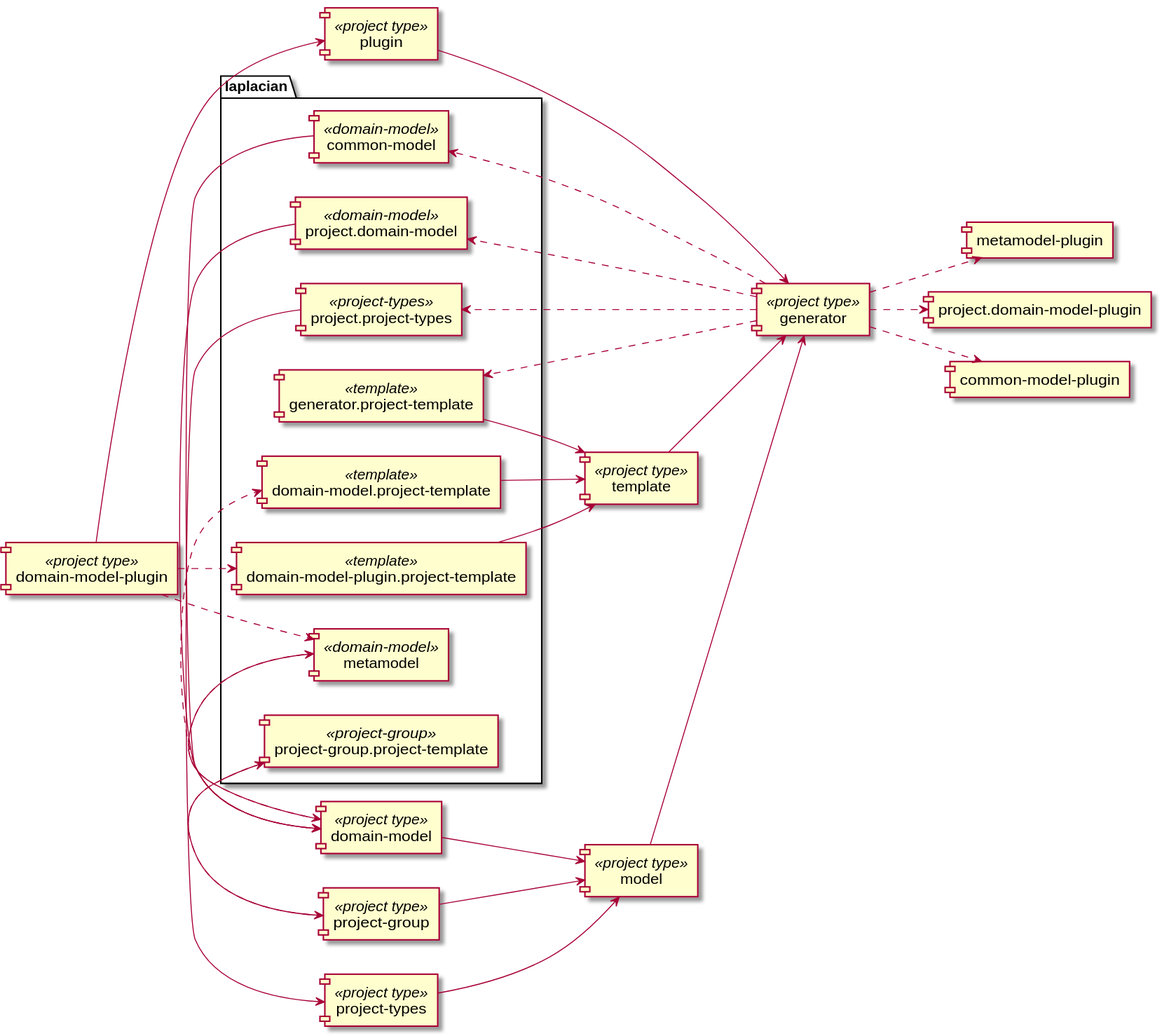
The PlantUML diagram doc/image/project-dependency-graph.svg in laplacian-core/projects, before a commit.
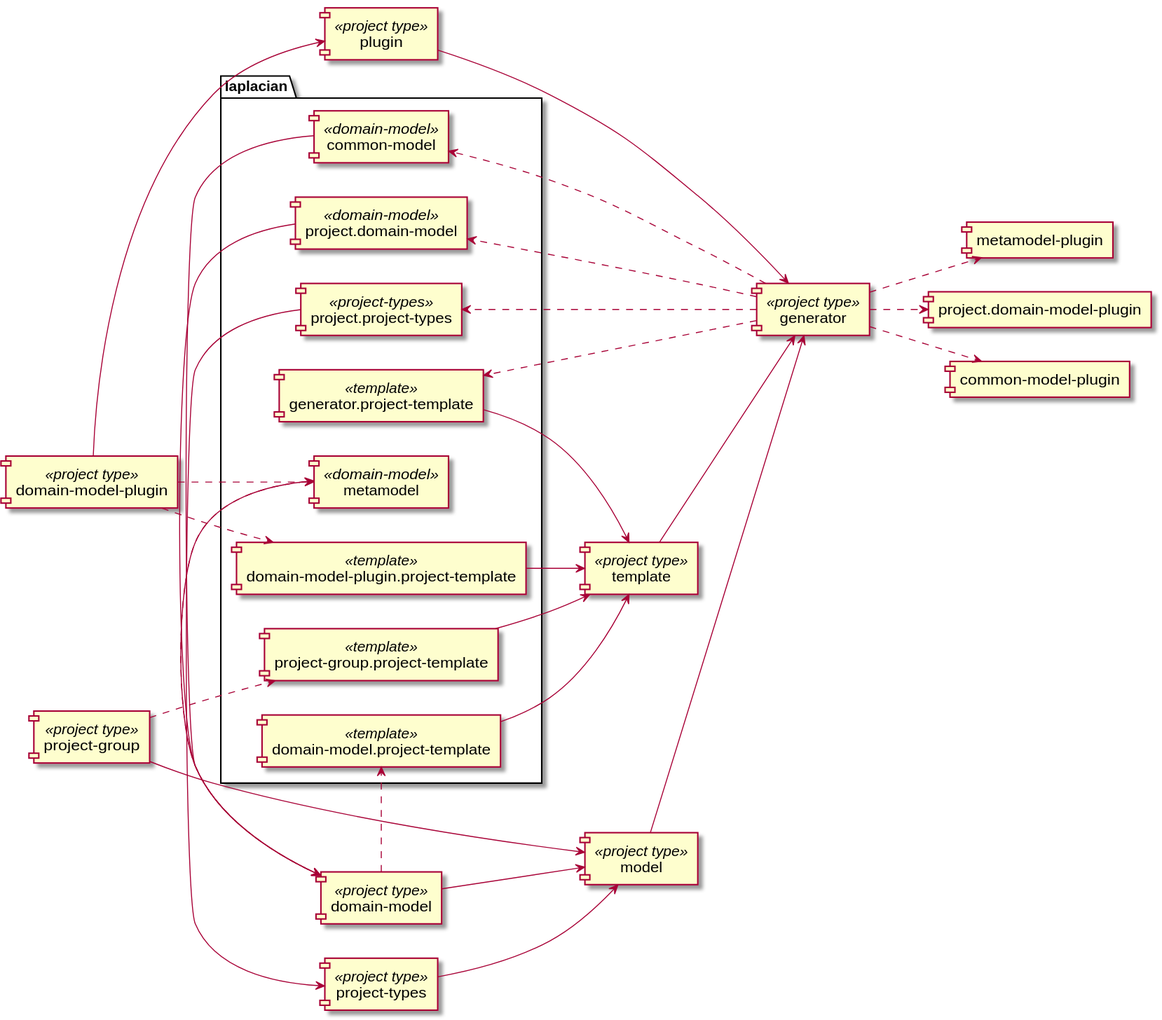
After the change.

The edit, as a diff of the source:
```diff
@@ -31,8 +31,8 @@
   [generator.project-template] --> [template]
   [metamodel] <<domain-model>>
   [metamodel] --> [domain-model]
-  [project-group.project-template] <<project-group>>
-  [project-group.project-template] --> [project-group]
+  [project-group.project-template] <<template>>
+  [project-group.project-template] --> [template]
   [project.domain-model] <<domain-model>>
   [project.domain-model] --> [domain-model]
   [project.project-types] <<project-types>>
```
